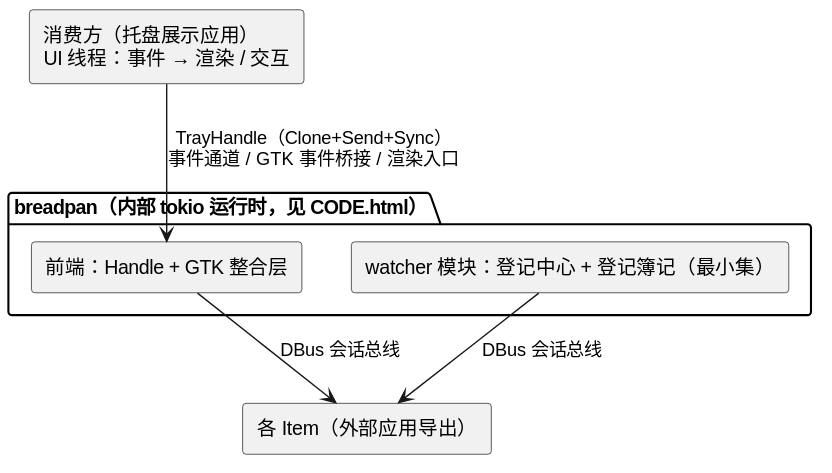
Earlier version of the PlantUML export breadpan/diagram/breadpan-architecture.svg (54m43lJ/BreadKnife). Its diagram source:
```plantuml
@startuml
skinparam componentStyle rectangle

component "消费方（托盘展示应用）\nUI 线程：事件 → 渲染 / 交互" as consumer

package "breadpan（内部 tokio 运行时，见 CODE.html）" {
  component "前端：Handle + GTK 整合层" as front
  component "watcher 模块：登记中心 + 登记簿记（最小集）" as watcher
}

component "各 Item（外部应用导出）" as items

consumer -down-> front : TrayHandle（Clone+Send+Sync）\n事件通道 / GTK 事件桥接 / 渲染入口
front -down-> items : DBus 会话总线
watcher -down-> items : DBus 会话总线
@enduml
```
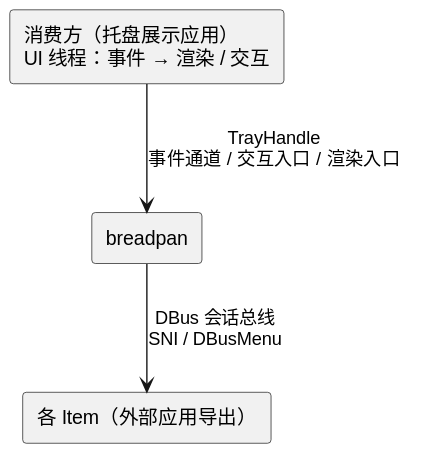
The same file after the commit.

Change to the diagram source:
```diff
@@ -2,15 +2,9 @@
 skinparam componentStyle rectangle
 
 component "消费方（托盘展示应用）\nUI 线程：事件 → 渲染 / 交互" as consumer
-
-package "breadpan（内部 tokio 运行时，见 CODE.html）" {
-  component "前端：Handle + GTK 整合层" as front
-  component "watcher 模块：登记中心 + 登记簿记（最小集）" as watcher
-}
-
+component "breadpan" as bp
 component "各 Item（外部应用导出）" as items
 
-consumer -down-> front : TrayHandle（Clone+Send+Sync）\n事件通道 / GTK 事件桥接 / 渲染入口
-front -down-> items : DBus 会话总线
-watcher -down-> items : DBus 会话总线
+consumer -down-> bp : TrayHandle\n事件通道 / 交互入口 / 渲染入口
+bp -down-> items : DBus 会话总线\nSNI / DBusMenu
 @enduml
```
